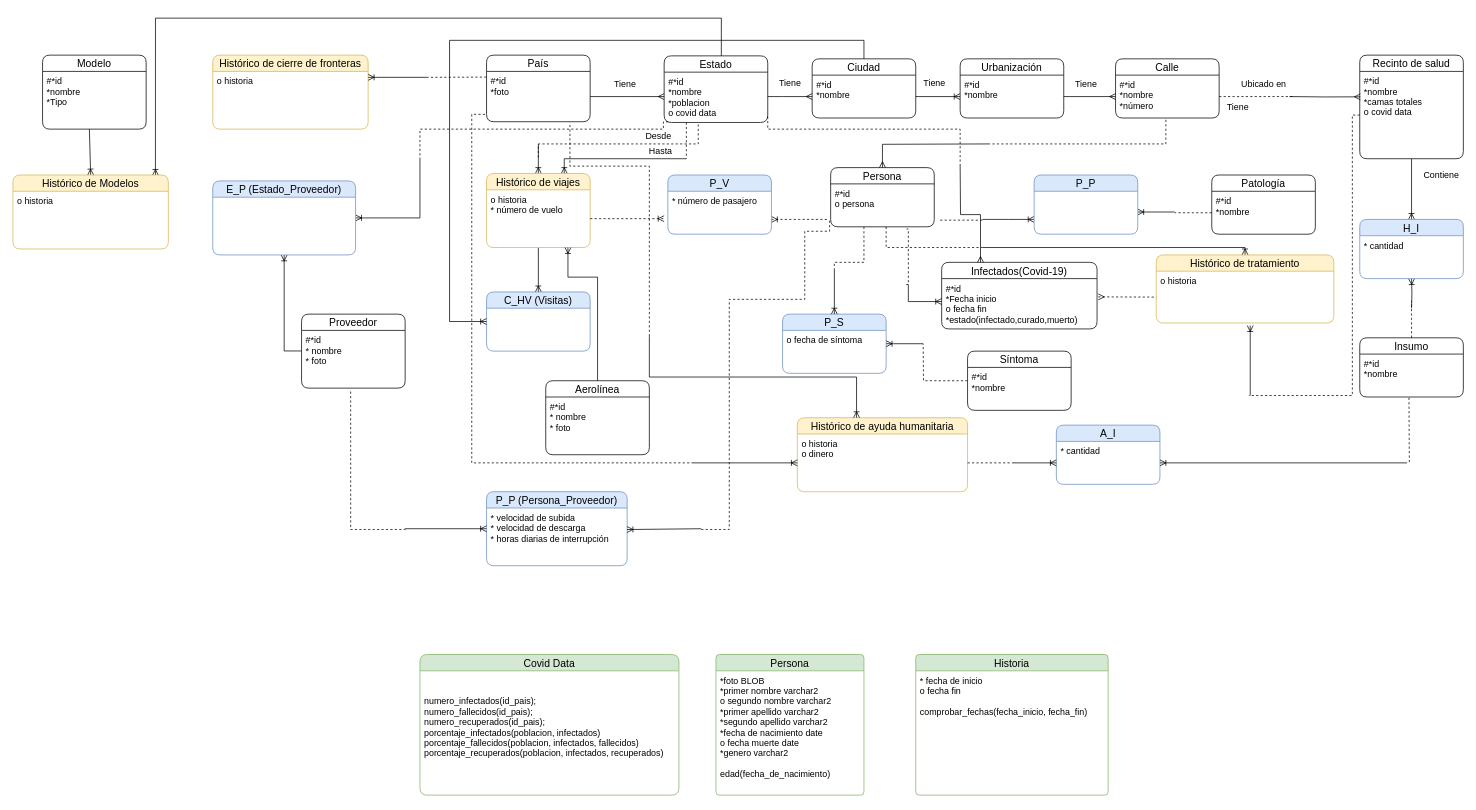
Before: DB II/ER Prototype.drawio in NeutronBlast/IS-Ex, a draw.io diagram. Source tidied: cells renumbered, new cells numbered last; positions are measured from the earlier drawing's top-left corner, leaving out a move shared by most shapes. Both pictures are drawn from the tidied source at 74%, with x=0, y=0 at pixel (13, 18).
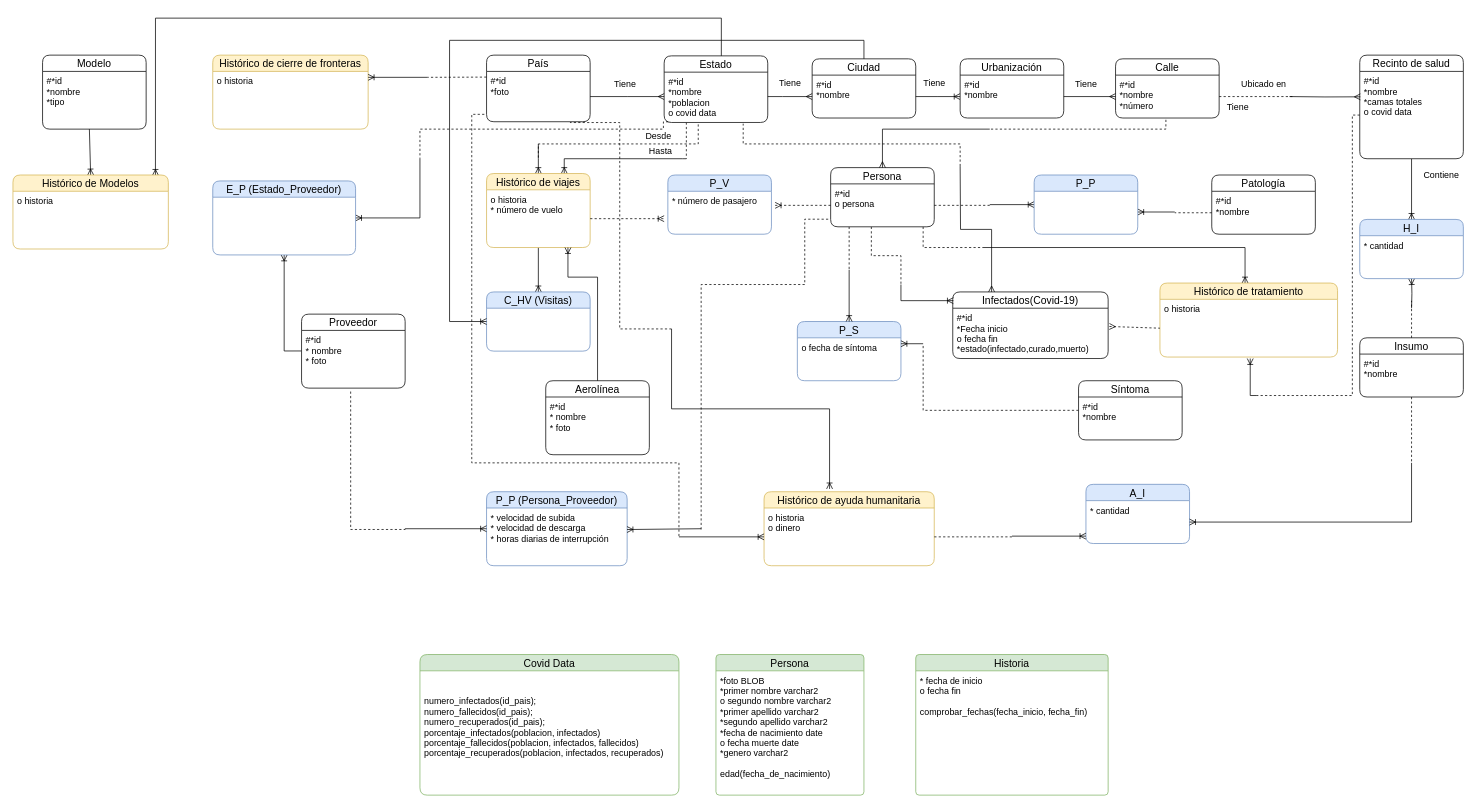
The same diagram, later.

Unchanged cells that the change refers to:
```xml
<mxCell id="7" value="#*id&#10;*foto&#10;" style="text;strokeColor=none;fillColor=none;spacingLeft=4;spacingRight=4;overflow=hidden;points=[[0,0.5],[1,0.5]];portConstraint=eastwest;fontSize=12;" parent="6" vertex="1">
  <mxGeometry y="22" width="140" height="68" as="geometry" />
</mxCell>
<mxCell id="12" value="#*id&#10;*nombre&#10;*poblacion&#10;o covid data" style="text;strokeColor=none;fillColor=none;spacingLeft=4;spacingRight=4;overflow=hidden;points=[[0,0.5],[1,0.5]];portConstraint=eastwest;fontSize=12;" parent="11" vertex="1">
  <mxGeometry y="22" width="140" height="68" as="geometry" />
</mxCell>
<mxCell id="17" value="Persona" style="swimlane;fontStyle=0;horizontal=1;startSize=22;fillColor=none;swimlaneFillColor=#ffffff;align=center;fontSize=14;rounded=1;" parent="1" vertex="1">
  <mxGeometry x="1105" y="202" width="140" height="80" as="geometry" />
</mxCell>
<mxCell id="18" value="#*id&#10;o persona&#10;" style="text;strokeColor=none;fillColor=none;spacingLeft=4;spacingRight=4;overflow=hidden;points=[[0,0.5],[1,0.5]];portConstraint=eastwest;fontSize=12;" parent="17" vertex="1">
  <mxGeometry y="22" width="140" height="58" as="geometry" />
</mxCell>
<mxCell id="22" value="P_P" style="swimlane;fontStyle=0;horizontal=1;startSize=22;fillColor=#dae8fc;swimlaneFillColor=#ffffff;align=center;fontSize=14;rounded=1;strokeColor=#6c8ebf;" parent="1" vertex="1">
  <mxGeometry x="1380" y="212" width="140" height="80" as="geometry" />
</mxCell>
<mxCell id="43" value="#*id&#10;*nombre&#10;*número" style="text;strokeColor=none;fillColor=none;spacingLeft=4;spacingRight=4;overflow=hidden;points=[[0,0.5],[1,0.5]];portConstraint=eastwest;fontSize=12;" parent="42" vertex="1">
  <mxGeometry y="22" width="140" height="58" as="geometry" />
</mxCell>
<mxCell id="47" value="#*id&#10;*nombre&#10;*camas totales&#10;o covid data" style="text;strokeColor=none;fillColor=none;spacingLeft=4;spacingRight=4;overflow=hidden;points=[[0,0.5],[1,0.5]];portConstraint=eastwest;fontSize=12;" parent="46" vertex="1">
  <mxGeometry y="22" width="140" height="118" as="geometry" />
</mxCell>
<mxCell id="53" value="Insumo" style="swimlane;fontStyle=0;horizontal=1;startSize=22;fillColor=none;swimlaneFillColor=#ffffff;align=center;fontSize=14;rounded=1;" parent="1" vertex="1">
  <mxGeometry x="1820" y="432" width="140" height="80" as="geometry" />
</mxCell>
<mxCell id="54" value="#*id&#10;*nombre" style="text;strokeColor=none;fillColor=none;spacingLeft=4;spacingRight=4;overflow=hidden;points=[[0,0.5],[1,0.5]];portConstraint=eastwest;fontSize=12;" parent="53" vertex="1">
  <mxGeometry y="22" width="140" height="58" as="geometry" />
</mxCell>
<mxCell id="58" value="o historia&#10;o dinero" style="text;strokeColor=none;fillColor=none;spacingLeft=4;spacingRight=4;overflow=hidden;points=[[0,0.5],[1,0.5]];portConstraint=eastwest;fontSize=12;" parent="57" vertex="1">
  <mxGeometry y="22" width="230" height="78" as="geometry" />
</mxCell>
<mxCell id="61" value="* cantidad" style="text;strokeColor=none;fillColor=none;spacingLeft=4;spacingRight=4;overflow=hidden;points=[[0,0.5],[1,0.5]];portConstraint=eastwest;fontSize=12;" parent="60" vertex="1">
  <mxGeometry y="22" width="140" height="58" as="geometry" />
</mxCell>
<mxCell id="89" value="P_V" style="swimlane;fontStyle=0;horizontal=1;startSize=22;fillColor=#dae8fc;swimlaneFillColor=#ffffff;align=center;fontSize=14;rounded=1;strokeColor=#6c8ebf;" parent="1" vertex="1">
  <mxGeometry x="885" y="212" width="140" height="80" as="geometry" />
</mxCell>
<mxCell id="98" value="Modelo" style="swimlane;fontStyle=0;horizontal=1;startSize=22;fillColor=none;swimlaneFillColor=#ffffff;align=center;fontSize=14;rounded=1;" parent="1" vertex="1">
  <mxGeometry x="40" y="50" width="140" height="100" as="geometry" />
</mxCell>
```

Diff of the diagram source:
```diff
@@
     <mxCell id="8" style="edgeStyle=orthogonalEdgeStyle;rounded=0;jettySize=auto;html=1;entryX=0.5;entryY=0;entryDx=0;entryDy=0;startArrow=none;startFill=0;endArrow=ERmany;endFill=0;" parent="1" edge="1" target="17">
       <mxGeometry relative="1" as="geometry">
-        <mxPoint x="1320" y="170" as="sourcePoint" />
+        <mxPoint x="1320" y="150" as="sourcePoint" />
+        <Array as="points">
+          <mxPoint x="1320" y="150" />
+          <mxPoint x="1175" y="150" />
+        </Array>
       </mxGeometry>
     </mxCell>
     <mxCell id="9" style="edgeStyle=orthogonalEdgeStyle;rounded=0;jettySize=auto;html=1;startArrow=none;startFill=0;endArrow=none;endFill=0;dashed=1;exitX=0.486;exitY=1.041;exitDx=0;exitDy=0;exitPerimeter=0;" parent="1" edge="1" source="43">
       <mxGeometry relative="1" as="geometry">
-        <mxPoint x="1320" y="170" as="targetPoint" />
+        <mxPoint x="1320" y="150" as="targetPoint" />
         <Array as="points">
-          <mxPoint x="1558" y="170" />
+          <mxPoint x="1558" y="150" />
+          <mxPoint x="1320" y="150" />
         </Array>
       </mxGeometry>
     </mxCell>
@@
     <mxCell id="15" style="edgeStyle=orthogonalEdgeStyle;rounded=0;jettySize=auto;html=1;startArrow=none;startFill=0;endArrow=none;endFill=0;dashed=1;" parent="1" edge="1" source="17">
       <mxGeometry relative="1" as="geometry">
         <mxPoint x="1310" y="310" as="targetPoint" />
         <Array as="points">
-          <mxPoint x="1180" y="310" />
-          <mxPoint x="1310" y="310" />
+          <mxPoint x="1230" y="310" />
         </Array>
       </mxGeometry>
     </mxCell>
-    <mxCell id="16" style="edgeStyle=orthogonalEdgeStyle;rounded=0;jettySize=auto;html=1;dashed=1;startArrow=none;startFill=0;endArrow=none;endFill=0;" parent="1" edge="1" source="17">
+    <mxCell id="16" style="rounded=0;jettySize=auto;html=1;dashed=1;startArrow=none;startFill=0;endArrow=none;endFill=0;edgeStyle=orthogonalEdgeStyle;" parent="1" edge="1" source="17">
       <mxGeometry relative="1" as="geometry">
-        <mxPoint x="1110" y="340" as="targetPoint" />
+        <mxPoint x="1130" y="340" as="targetPoint" />
         <Array as="points">
-          <mxPoint x="1150" y="330" />
-          <mxPoint x="1110" y="330" />
+          <mxPoint x="1130" y="300" />
+          <mxPoint x="1130" y="300" />
         </Array>
       </mxGeometry>
     </mxCell>
+    <mxCell id="124" style="edgeStyle=orthogonalEdgeStyle;rounded=0;jettySize=auto;html=1;dashed=1;endArrow=none;endFill=0;" parent="1" edge="1" source="17">
+      <mxGeometry relative="1" as="geometry">
+        <mxPoint x="1200" y="360" as="targetPoint" />
+        <Array as="points">
+          <mxPoint x="1160" y="321" />
+          <mxPoint x="1200" y="321" />
+        </Array>
+      </mxGeometry>
+    </mxCell>
@@
     <mxCell id="19" style="edgeStyle=orthogonalEdgeStyle;rounded=0;jettySize=auto;html=1;startArrow=none;startFill=0;endArrow=none;endFill=0;dashed=1;" parent="1" edge="1" source="115">
       <mxGeometry relative="1" as="geometry">
         <mxPoint x="1230" y="440" as="targetPoint" />
+        <Array as="points">
+          <mxPoint x="1230" y="530" />
+        </Array>
       </mxGeometry>
     </mxCell>
-    <mxCell id="20" style="edgeStyle=orthogonalEdgeStyle;rounded=0;jettySize=auto;html=1;exitX=0;exitY=0.75;exitDx=0;exitDy=0;startArrow=ERoneToMany;startFill=0;endArrow=none;endFill=0;" parent="1" edge="1" source="22">
+    <mxCell id="20" style="rounded=0;jettySize=auto;html=1;exitX=0;exitY=0.5;exitDx=0;exitDy=0;startArrow=ERoneToMany;startFill=0;endArrow=none;endFill=0;" parent="1" edge="1" source="22">
       <mxGeometry relative="1" as="geometry">
-        <mxPoint x="1310" y="272" as="targetPoint" />
+        <mxPoint x="1320" y="252" as="targetPoint" />
       </mxGeometry>
     </mxCell>
@@
-    <mxCell id="24" style="edgeStyle=orthogonalEdgeStyle;rounded=0;jettySize=auto;html=1;endArrow=none;endFill=0;startArrow=ERoneToMany;startFill=0;exitX=0.528;exitY=1.049;exitDx=0;exitDy=0;exitPerimeter=0;" parent="1" edge="1" source="114">
+    <mxCell id="24" style="edgeStyle=orthogonalEdgeStyle;rounded=0;orthogonalLoop=1;jettySize=auto;html=1;endArrow=none;endFill=0;startArrow=ERoneToMany;startFill=0;" parent="1" edge="1">
       <mxGeometry relative="1" as="geometry">
-        <mxPoint x="1672" y="510" as="targetPoint" />
+        <mxPoint x="1672" y="460" as="sourcePoint" />
+        <mxPoint x="1680" y="510" as="targetPoint" />
         <Array as="points">
           <mxPoint x="1672" y="510" />
         </Array>
       </mxGeometry>
     </mxCell>
@@
-    <mxCell id="33" style="edgeStyle=orthogonalEdgeStyle;rounded=0;orthogonalLoop=1;jettySize=auto;html=1;dashed=1;startArrow=none;startFill=0;endArrow=none;endFill=0;" parent="1" edge="1">
-      <mxGeometry relative="1" as="geometry">
-        <mxPoint x="1310" y="273" as="sourcePoint" />
-        <mxPoint x="1250" y="273" as="targetPoint" />
-      </mxGeometry>
-    </mxCell>
@@
+    <mxCell id="125" style="edgeStyle=none;rounded=0;jettySize=auto;html=1;dashed=1;endArrow=none;endFill=0;" parent="1" edge="1" source="53">
+      <mxGeometry relative="1" as="geometry">
+        <mxPoint x="1890" y="600" as="targetPoint" />
+      </mxGeometry>
+    </mxCell>
@@
     <mxCell id="57" value="Histórico de ayuda humanitaria" style="swimlane;fontStyle=0;horizontal=1;startSize=22;fillColor=#fff2cc;swimlaneFillColor=#ffffff;align=center;fontSize=14;rounded=1;strokeColor=#d6b656;" parent="1" vertex="1">
-      <mxGeometry x="1060" y="540" width="230" height="100" as="geometry" />
+      <mxGeometry x="1015" y="640" width="230" height="100" as="geometry" />
     </mxCell>
@@
     <mxCell id="59" style="edgeStyle=orthogonalEdgeStyle;rounded=0;orthogonalLoop=1;jettySize=auto;html=1;dashed=1;startArrow=none;startFill=0;endArrow=none;endFill=0;strokeColor=#000000;fixDash=0;" parent="1" edge="1">
       <mxGeometry relative="1" as="geometry">
-        <mxPoint x="920" y="601" as="sourcePoint" />
+        <mxPoint x="900" y="700" as="sourcePoint" />
         <mxPoint x="640" y="130" as="targetPoint" />
         <Array as="points">
           <mxPoint x="620" y="601" />
           <mxPoint x="620" y="130" />
           <mxPoint x="640" y="130" />
         </Array>
       </mxGeometry>
     </mxCell>
     <mxCell id="60" value="A_I" style="swimlane;fontStyle=0;horizontal=1;startSize=22;fillColor=#dae8fc;swimlaneFillColor=#ffffff;align=center;fontSize=14;rounded=1;strokeColor=#6c8ebf;" parent="1" vertex="1">
-      <mxGeometry x="1410" y="550" width="140" height="80" as="geometry" />
+      <mxGeometry x="1450" y="630" width="140" height="80" as="geometry" />
     </mxCell>
@@
-    <mxCell id="62" style="edgeStyle=orthogonalEdgeStyle;rounded=0;jettySize=auto;html=1;exitX=0;exitY=0.5;exitDx=0;exitDy=0;startArrow=ERoneToMany;startFill=0;endArrow=none;endFill=0;" parent="1" edge="1" source="61">
+    <mxCell id="62" style="edgeStyle=orthogonalEdgeStyle;rounded=0;orthogonalLoop=1;jettySize=auto;html=1;startArrow=ERoneToMany;startFill=0;endArrow=none;endFill=0;" parent="1" edge="1">
       <mxGeometry relative="1" as="geometry">
-        <mxPoint x="1350" y="601" as="targetPoint" />
+        <mxPoint x="1450" y="700" as="sourcePoint" />
+        <mxPoint x="1350" y="700" as="targetPoint" />
+        <Array as="points">
+          <mxPoint x="1450" y="700" />
+        </Array>
       </mxGeometry>
     </mxCell>
     <mxCell id="63" style="edgeStyle=orthogonalEdgeStyle;rounded=0;jettySize=auto;html=1;exitX=1;exitY=0.5;exitDx=0;exitDy=0;startArrow=ERoneToMany;startFill=0;endArrow=none;endFill=0;" parent="1" edge="1" source="61">
       <mxGeometry relative="1" as="geometry">
-        <mxPoint x="1884" y="601" as="targetPoint" />
+        <mxPoint x="1890" y="601" as="targetPoint" />
         <Array as="points">
-          <mxPoint x="1884" y="601" />
+          <mxPoint x="1890" y="681" />
+          <mxPoint x="1890" y="601" />
         </Array>
       </mxGeometry>
     </mxCell>
@@
     <mxCell id="81" style="edgeStyle=orthogonalEdgeStyle;rounded=0;jettySize=auto;html=1;exitX=0;exitY=0.5;exitDx=0;exitDy=0;startArrow=none;startFill=0;endArrow=none;endFill=0;dashed=1;" parent="1" edge="1" source="47">
       <mxGeometry relative="1" as="geometry">
-        <mxPoint x="1670" y="510" as="targetPoint" />
+        <mxPoint x="1680" y="510" as="targetPoint" />
         <Array as="points">
           <mxPoint x="1810" y="131" />
           <mxPoint x="1810" y="510" />
         </Array>
       </mxGeometry>
     </mxCell>
     <mxCell id="82" value="P_S" style="swimlane;fontStyle=0;horizontal=1;startSize=22;fillColor=#dae8fc;swimlaneFillColor=#ffffff;align=center;fontSize=14;rounded=1;strokeColor=#6c8ebf;" parent="1" vertex="1">
-      <mxGeometry x="1040" y="400" width="140" height="80" as="geometry" />
+      <mxGeometry x="1060" y="410" width="140" height="80" as="geometry" />
     </mxCell>
@@
-    <mxCell id="84" style="edgeStyle=orthogonalEdgeStyle;rounded=0;jettySize=auto;html=1;startArrow=ERoneToMany;startFill=0;endArrow=none;endFill=0;exitX=0.5;exitY=0;exitDx=0;exitDy=0;" parent="1" edge="1" source="82">
+    <mxCell id="84" style="rounded=0;jettySize=auto;html=1;startArrow=ERoneToMany;startFill=0;endArrow=none;endFill=0;exitX=0.5;exitY=0;exitDx=0;exitDy=0;" parent="1" edge="1" source="82">
       <mxGeometry relative="1" as="geometry">
-        <mxPoint x="1110" y="340" as="targetPoint" />
-        <Array as="points">
-          <mxPoint x="1110" y="340" />
-        </Array>
+        <mxPoint x="1130" y="340" as="targetPoint" />
       </mxGeometry>
     </mxCell>
@@
-    <mxCell id="88" style="edgeStyle=orthogonalEdgeStyle;rounded=0;jettySize=auto;html=1;exitX=1;exitY=0.75;exitDx=0;exitDy=0;dashed=1;startArrow=ERoneToMany;startFill=0;endArrow=none;endFill=0;" parent="1" edge="1" source="89">
+    <mxCell id="88" style="rounded=0;jettySize=auto;html=1;dashed=1;startArrow=ERoneToMany;startFill=0;endArrow=none;endFill=0;entryX=0;entryY=0.5;entryDx=0;entryDy=0;" parent="1" edge="1" target="18">
       <mxGeometry relative="1" as="geometry">
-        <mxPoint x="1100" y="272" as="targetPoint" />
+        <mxPoint x="1030" y="253" as="sourcePoint" />
       </mxGeometry>
     </mxCell>
@@
-    <mxCell id="95" style="edgeStyle=orthogonalEdgeStyle;rounded=0;jettySize=auto;html=1;entryX=-0.01;entryY=0.823;entryDx=0;entryDy=0;entryPerimeter=0;dashed=1;startArrow=none;startFill=0;endArrow=none;endFill=0;" parent="1" edge="1" target="18">
+    <mxCell id="95" style="rounded=0;jettySize=auto;html=1;entryX=-0.01;entryY=0.823;entryDx=0;entryDy=0;entryPerimeter=0;dashed=1;startArrow=none;startFill=0;endArrow=none;endFill=0;edgeStyle=orthogonalEdgeStyle;" parent="1" edge="1" target="18">
       <mxGeometry relative="1" as="geometry">
         <mxPoint x="930" y="691" as="sourcePoint" />
         <Array as="points">
-          <mxPoint x="968" y="691" />
-          <mxPoint x="968" y="380" />
-          <mxPoint x="1070" y="380" />
-          <mxPoint x="1070" y="288" />
+          <mxPoint x="930" y="360" />
+          <mxPoint x="1070" y="360" />
+          <mxPoint x="1070" y="272" />
         </Array>
       </mxGeometry>
     </mxCell>
@@
-    <mxCell id="99" value="#*id&#10;*nombre&#10;*Tipo" style="text;strokeColor=none;fillColor=none;spacingLeft=4;spacingRight=4;overflow=hidden;points=[[0,0.5],[1,0.5]];portConstraint=eastwest;fontSize=12;" parent="98" vertex="1">
+    <mxCell id="99" value="#*id&#10;*nombre&#10;*tipo" style="text;strokeColor=none;fillColor=none;spacingLeft=4;spacingRight=4;overflow=hidden;points=[[0,0.5],[1,0.5]];portConstraint=eastwest;fontSize=12;" parent="98" vertex="1">
       <mxGeometry y="22" width="140" height="78" as="geometry" />
     </mxCell>
@@
-    <mxCell id="103" style="endArrow=none;html=1;strokeColor=#000000;rounded=0;edgeStyle=elbowEdgeStyle;elbow=vertical;endFill=0;startArrow=ERoneToMany;startFill=0;" parent="1" edge="1">
+    <mxCell id="103" style="endArrow=none;html=1;strokeColor=#000000;rounded=0;edgeStyle=elbowEdgeStyle;elbow=vertical;endFill=0;startArrow=ERoneToMany;startFill=0;exitX=0.385;exitY=-0.038;exitDx=0;exitDy=0;exitPerimeter=0;" parent="1" edge="1" source="57">
       <mxGeometry relative="1" as="geometry">
-        <mxPoint x="1140" y="540" as="sourcePoint" />
-        <mxPoint x="860" y="430" as="targetPoint" />
+        <mxPoint x="890" y="420" as="targetPoint" />
       </mxGeometry>
     </mxCell>
-    <mxCell id="104" style="endArrow=none;dashed=1;html=1;strokeColor=#000000;rounded=0;edgeStyle=elbowEdgeStyle;elbow=vertical;entryX=0.805;entryY=1.016;entryDx=0;entryDy=0;entryPerimeter=0;" parent="1" edge="1" target="7">
+    <mxCell id="104" style="endArrow=none;dashed=1;html=1;strokeColor=#000000;rounded=0;edgeStyle=orthogonalEdgeStyle;elbow=vertical;entryX=0.805;entryY=1.016;entryDx=0;entryDy=0;entryPerimeter=0;" parent="1" edge="1" target="7">
       <mxGeometry relative="1" as="geometry">
-        <mxPoint x="860" y="430" as="sourcePoint" />
+        <mxPoint x="890" y="420" as="sourcePoint" />
         <Array as="points">
-          <mxPoint x="770" y="200" />
-          <mxPoint x="810" y="280" />
-          <mxPoint x="850" y="370" />
-          <mxPoint x="830" y="180" />
-          <mxPoint x="800" y="160" />
-          <mxPoint x="810" y="160" />
-          <mxPoint x="740" y="200" />
-          <mxPoint x="782" y="200" />
-          <mxPoint x="820" y="220" />
-          <mxPoint x="770" y="160" />
-          <mxPoint x="820" y="200" />
+          <mxPoint x="820" y="420" />
+          <mxPoint x="820" y="141" />
         </Array>
       </mxGeometry>
     </mxCell>
     <mxCell id="105" style="endArrow=ERoneToMany;html=1;strokeColor=#000000;entryX=0;entryY=0.5;entryDx=0;entryDy=0;startArrow=none;startFill=0;endFill=0;" parent="1" edge="1" target="58">
       <mxGeometry relative="1" as="geometry">
-        <mxPoint x="920" y="601" as="sourcePoint" />
+        <mxPoint x="900" y="701" as="sourcePoint" />
       </mxGeometry>
     </mxCell>
@@
-    <mxCell id="108" style="edgeStyle=elbowEdgeStyle;rounded=0;jettySize=auto;elbow=vertical;html=1;exitX=1;exitY=0.5;exitDx=0;exitDy=0;startArrow=none;startFill=0;endArrow=none;endFill=0;strokeColor=#000000;dashed=1;" parent="1" edge="1" source="58">
-      <mxGeometry relative="1" as="geometry">
-        <mxPoint x="1350" y="601.1" as="targetPoint" />
-      </mxGeometry>
-    </mxCell>
-    <mxCell id="109" style="endArrow=none;dashed=1;html=1;strokeColor=#000000;entryX=0.475;entryY=1.009;entryDx=0;entryDy=0;entryPerimeter=0;" parent="1" edge="1" target="54">
-      <mxGeometry relative="1" as="geometry">
-        <mxPoint x="1887" y="600" as="sourcePoint" />
-      </mxGeometry>
-    </mxCell>
@@
     <mxCell id="113" value="Histórico de tratamiento" style="swimlane;fontStyle=0;horizontal=1;startSize=22;fillColor=#fff2cc;swimlaneFillColor=#ffffff;align=center;fontSize=14;rounded=1;strokeColor=#d6b656;" parent="1" vertex="1">
-      <mxGeometry x="1545" y="320" width="240" height="92" as="geometry" />
+      <mxGeometry x="1550" y="358" width="240" height="100" as="geometry" />
     </mxCell>
     <mxCell id="114" value="o historia" style="text;strokeColor=none;fillColor=none;spacingLeft=4;spacingRight=4;overflow=hidden;points=[[0,0.5],[1,0.5]];portConstraint=eastwest;fontSize=12;" parent="113" vertex="1">
-      <mxGeometry y="22" width="240" height="70" as="geometry" />
+      <mxGeometry y="22" width="240" height="78" as="geometry" />
     </mxCell>
     <mxCell id="115" value="Síntoma" style="swimlane;fontStyle=0;horizontal=1;startSize=22;fillColor=none;swimlaneFillColor=#ffffff;align=center;fontSize=14;rounded=1;" parent="1" vertex="1">
-      <mxGeometry x="1290" y="450" width="140" height="80" as="geometry" />
+      <mxGeometry x="1440" y="490" width="140" height="80" as="geometry" />
     </mxCell>
@@
     <mxCell id="117" value="Infectados(Covid-19)" style="swimlane;fontStyle=0;horizontal=1;startSize=22;fillColor=none;swimlaneFillColor=#ffffff;align=center;fontSize=14;rounded=1;" parent="1" vertex="1">
-      <mxGeometry x="1255" y="330" width="210" height="90" as="geometry" />
+      <mxGeometry x="1270" y="370" width="210" height="90" as="geometry" />
     </mxCell>
@@
-    <mxCell id="119" style="endArrow=none;dashed=1;html=1;strokeColor=#000000;entryX=1;entryY=0.838;entryDx=0;entryDy=0;entryPerimeter=0;edgeStyle=elbowEdgeStyle;elbow=vertical;rounded=0;" parent="1" edge="1" target="12">
+    <mxCell id="119" style="endArrow=none;dashed=1;html=1;strokeColor=#000000;edgeStyle=elbowEdgeStyle;elbow=vertical;rounded=0;entryX=0.763;entryY=1.024;entryDx=0;entryDy=0;entryPerimeter=0;" parent="1" edge="1" target="12">
       <mxGeometry relative="1" as="geometry">
         <mxPoint x="1280" y="200" as="sourcePoint" />
         <Array as="points">
-          <mxPoint x="1290" y="150" />
+          <mxPoint x="1150" y="170" />
           <mxPoint x="1280" y="150" />
           <mxPoint x="1290" y="150" />
           <mxPoint x="1090" y="150" />
         </Array>
       </mxGeometry>
     </mxCell>
@@
-    <mxCell id="121" style="edgeStyle=orthogonalEdgeStyle;rounded=0;jettySize=auto;html=1;dashed=1;startArrow=none;startFill=0;endArrow=none;endFill=0;entryX=0.732;entryY=1.052;entryDx=0;entryDy=0;entryPerimeter=0;" parent="1" edge="1" target="18">
-      <mxGeometry relative="1" as="geometry">
-        <mxPoint x="1207" y="360" as="sourcePoint" />
-        <Array as="points">
-          <mxPoint x="1210" y="360" />
-          <mxPoint x="1210" y="285" />
-        </Array>
-      </mxGeometry>
-    </mxCell>
-    <mxCell id="122" style="edgeStyle=orthogonalEdgeStyle;rounded=0;orthogonalLoop=1;jettySize=auto;html=1;exitX=0;exitY=0.5;exitDx=0;exitDy=0;startArrow=ERoneToMany;startFill=0;endArrow=none;endFill=0;" parent="1" edge="1">
+    <mxCell id="122" style="edgeStyle=orthogonalEdgeStyle;rounded=0;jettySize=auto;html=1;exitX=0.004;exitY=0.131;exitDx=0;exitDy=0;startArrow=ERoneToMany;startFill=0;endArrow=none;endFill=0;exitPerimeter=0;" parent="1" edge="1" source="117">
       <mxGeometry relative="1" as="geometry">
-        <mxPoint x="1255" y="383" as="sourcePoint" />
-        <mxPoint x="1210" y="360" as="targetPoint" />
+        <mxPoint x="1200" y="360" as="targetPoint" />
         <Array as="points">
-          <mxPoint x="1210" y="383" />
-          <mxPoint x="1210" y="383" />
+          <mxPoint x="1200" y="382" />
+          <mxPoint x="1200" y="360" />
         </Array>
       </mxGeometry>
     </mxCell>
@@
+    <mxCell id="126" style="edgeStyle=orthogonalEdgeStyle;rounded=0;jettySize=auto;html=1;exitX=1;exitY=0.5;exitDx=0;exitDy=0;dashed=1;endArrow=none;endFill=0;" parent="1" edge="1" source="58">
+      <mxGeometry relative="1" as="geometry">
+        <mxPoint x="1350" y="701" as="targetPoint" />
+      </mxGeometry>
+    </mxCell>
+    <mxCell id="127" style="edgeStyle=none;rounded=0;jettySize=auto;html=1;exitX=1;exitY=0.5;exitDx=0;exitDy=0;dashed=1;endArrow=none;endFill=0;" parent="1" edge="1" source="18">
+      <mxGeometry relative="1" as="geometry">
+        <mxPoint x="1320" y="253" as="targetPoint" />
+      </mxGeometry>
+    </mxCell>
```
